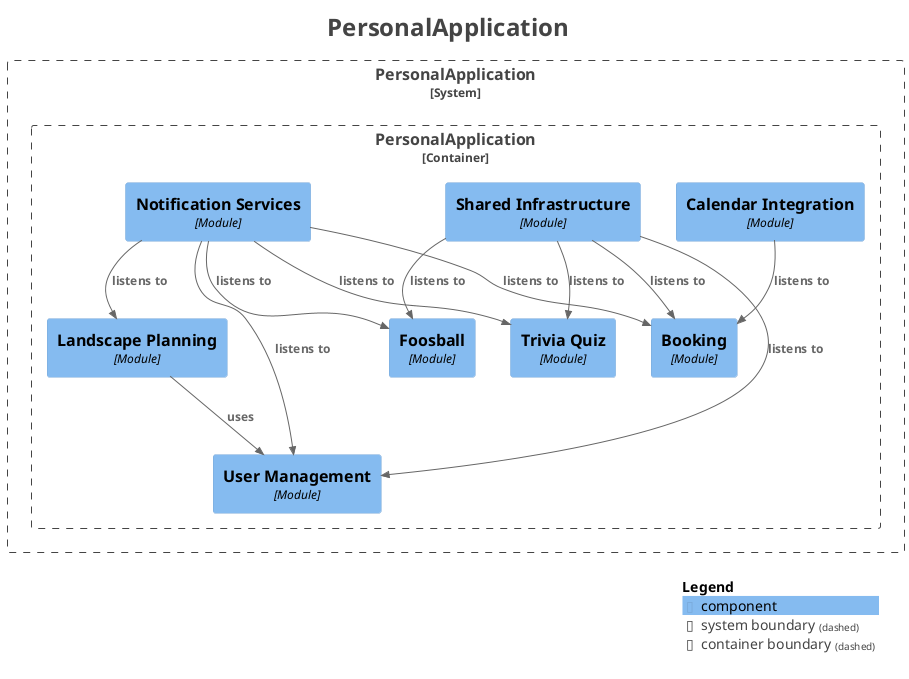
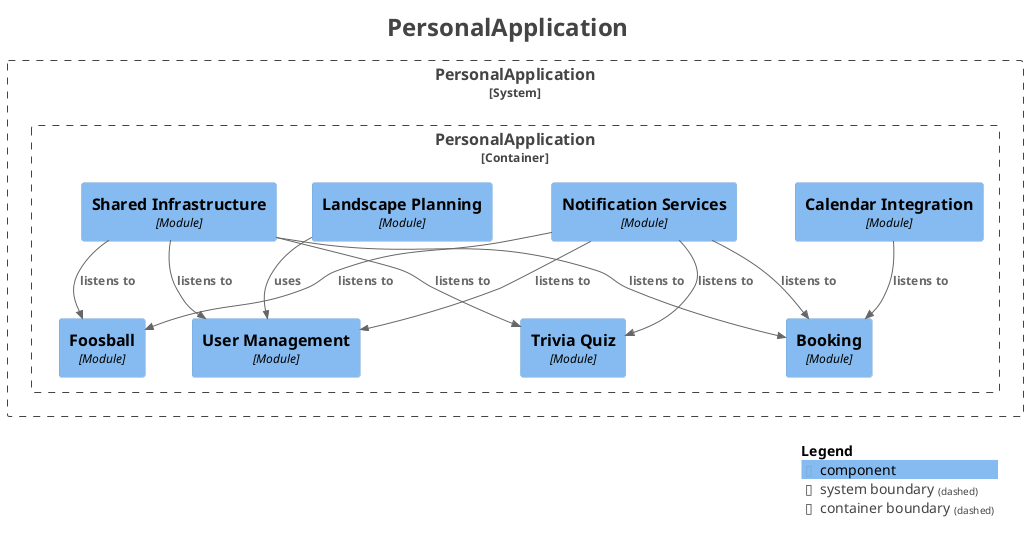
@startuml
title <size:24>PersonalApplication</size>

set separator none
top to bottom direction

<style>
  root {
    BackgroundColor: #ffffff
    FontColor: #444444
  }
</style>

!include <C4/C4>
!include <C4/C4_Context>
!include <C4/C4_Component>

System_Boundary("PersonalApplication_boundary", "PersonalApplication", $tags="") {
  Container_Boundary("PersonalApplication.PersonalApplication_boundary", "PersonalApplication", $tags="") {
    Component(PersonalApplication.PersonalApplication.CalendarIntegration, "Calendar Integration", $techn="Module", $descr="", $tags="", $link="")
    Component(PersonalApplication.PersonalApplication.LandscapePlanning, "Landscape Planning", $techn="Module", $descr="", $tags="", $link="")
+     Component(PersonalApplication.PersonalApplication.NotificationServices, "Notification Services", $techn="Module", $descr="", $tags="", $link="")
    Component(PersonalApplication.PersonalApplication.SharedInfrastructure, "Shared Infrastructure", $techn="Module", $descr="", $tags="", $link="")
-     Component(PersonalApplication.PersonalApplication.NotificationServices, "Notification Services", $techn="Module", $descr="", $tags="", $link="")
    Component(PersonalApplication.PersonalApplication.Booking, "Booking", $techn="Module", $descr="", $tags="", $link="")
    Component(PersonalApplication.PersonalApplication.Foosball, "Foosball", $techn="Module", $descr="", $tags="", $link="")
    Component(PersonalApplication.PersonalApplication.TriviaQuiz, "Trivia Quiz", $techn="Module", $descr="", $tags="", $link="")
    Component(PersonalApplication.PersonalApplication.UserManagement, "User Management", $techn="Module", $descr="", $tags="", $link="")
  }

}

+ Rel(PersonalApplication.PersonalApplication.LandscapePlanning, PersonalApplication.PersonalApplication.UserManagement, "uses", $techn="", $tags="", $link="")
+ Rel(PersonalApplication.PersonalApplication.NotificationServices, PersonalApplication.PersonalApplication.UserManagement, "listens to", $techn="", $tags="", $link="")
+ Rel(PersonalApplication.PersonalApplication.NotificationServices, PersonalApplication.PersonalApplication.Foosball, "listens to", $techn="", $tags="", $link="")
+ Rel(PersonalApplication.PersonalApplication.NotificationServices, PersonalApplication.PersonalApplication.TriviaQuiz, "listens to", $techn="", $tags="", $link="")
+ Rel(PersonalApplication.PersonalApplication.NotificationServices, PersonalApplication.PersonalApplication.Booking, "listens to", $techn="", $tags="", $link="")
+ Rel(PersonalApplication.PersonalApplication.SharedInfrastructure, PersonalApplication.PersonalApplication.Foosball, "listens to", $techn="", $tags="", $link="")
Rel(PersonalApplication.PersonalApplication.SharedInfrastructure, PersonalApplication.PersonalApplication.TriviaQuiz, "listens to", $techn="", $tags="", $link="")
Rel(PersonalApplication.PersonalApplication.SharedInfrastructure, PersonalApplication.PersonalApplication.UserManagement, "listens to", $techn="", $tags="", $link="")
- Rel(PersonalApplication.PersonalApplication.SharedInfrastructure, PersonalApplication.PersonalApplication.Foosball, "listens to", $techn="", $tags="", $link="")
Rel(PersonalApplication.PersonalApplication.SharedInfrastructure, PersonalApplication.PersonalApplication.Booking, "listens to", $techn="", $tags="", $link="")
- Rel(PersonalApplication.PersonalApplication.NotificationServices, PersonalApplication.PersonalApplication.UserManagement, "listens to", $techn="", $tags="", $link="")
- Rel(PersonalApplication.PersonalApplication.NotificationServices, PersonalApplication.PersonalApplication.TriviaQuiz, "listens to", $techn="", $tags="", $link="")
- Rel(PersonalApplication.PersonalApplication.NotificationServices, PersonalApplication.PersonalApplication.Foosball, "listens to", $techn="", $tags="", $link="")
- Rel(PersonalApplication.PersonalApplication.NotificationServices, PersonalApplication.PersonalApplication.Booking, "listens to", $techn="", $tags="", $link="")
- Rel(PersonalApplication.PersonalApplication.NotificationServices, PersonalApplication.PersonalApplication.LandscapePlanning, "listens to", $techn="", $tags="", $link="")
- Rel(PersonalApplication.PersonalApplication.LandscapePlanning, PersonalApplication.PersonalApplication.UserManagement, "uses", $techn="", $tags="", $link="")
Rel(PersonalApplication.PersonalApplication.CalendarIntegration, PersonalApplication.PersonalApplication.Booking, "listens to", $techn="", $tags="", $link="")

SHOW_LEGEND(true)
hide stereotypes
@enduml